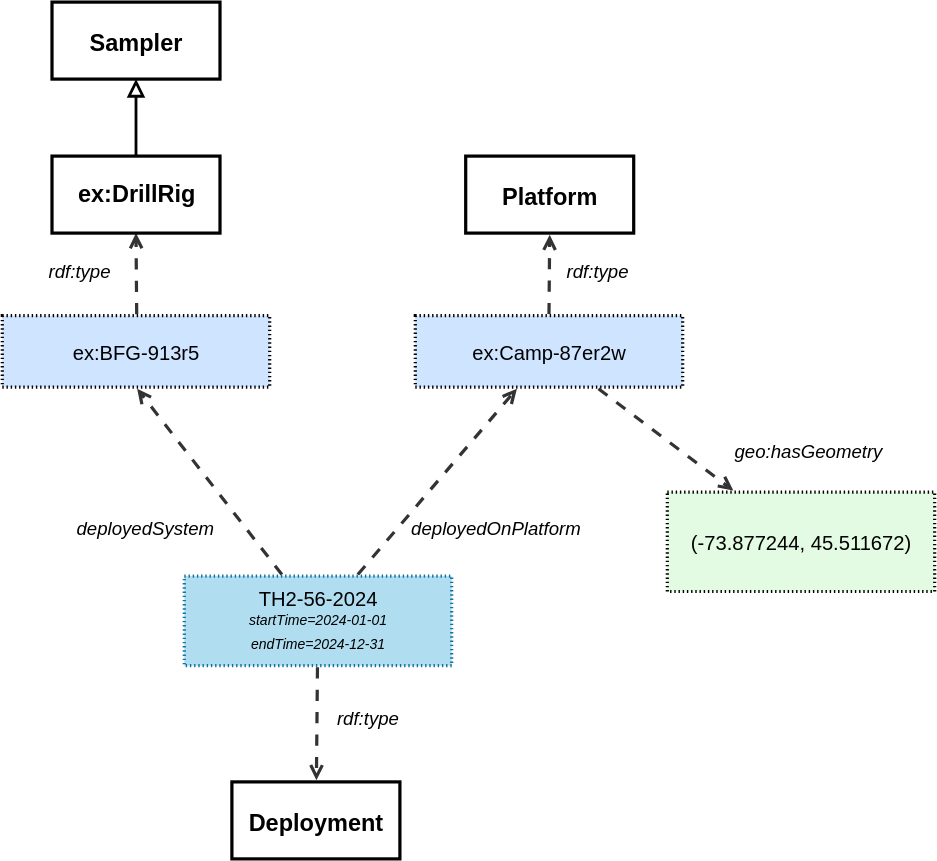
Above: ssn/images/LocatedSamplerDeployment.svg in w3c/sdw-sosa-ssn (draw.io), before the change. Source tidied: cells renumbered, new cells last; positions are measured from the earlier drawing's top-left corner, leaving out a move shared by most shapes. Source of this version:
```xml
<mxGraphModel>
  <root>
    <mxCell id="0" />
    <mxCell id="1" parent="0" />
    <mxCell id="2" style="html=1;jettySize=18;whiteSpace=wrap;fontSize=13;strokeColor=#333333;strokeOpacity=100;dashed=1;fixDash=1;dashPattern=8 8;strokeWidth=2.3;rounded=0;startArrow=none;endArrow=open;exitX=0.365;exitY=-0.018;exitPerimeter=0;entryX=0.609;entryY=1.022;entryPerimeter=0;lucidId=sctLujutS-8.;fontColor=default;convertToSvg=1;fontFamily=Helvetica;" parent="1" edge="1" source="5">
      <mxGeometry relative="1" as="geometry">
        <mxPoint x="96.3" y="276.1" as="targetPoint" />
      </mxGeometry>
    </mxCell>
    <mxCell id="3" style="html=1;jettySize=18;whiteSpace=wrap;fontSize=13;strokeColor=#333333;strokeOpacity=100;dashed=1;fixDash=1;dashPattern=8 8;strokeWidth=2.3;rounded=0;startArrow=none;endArrow=open;exitX=0.649;exitY=-0.018;exitPerimeter=0;entryX=0.38;entryY=1.022;entryPerimeter=0;lucidId=sctLJVu9iMUp;fontColor=default;convertToSvg=1;fontFamily=Helvetica;" parent="1" edge="1" source="5" target="4">
      <mxGeometry relative="1" as="geometry" />
    </mxCell>
    <mxCell id="4" value="&lt;span style=&quot;&quot;&gt;ex:Camp-87er2w&lt;/span&gt;" style="html=1;overflow=block;blockSpacing=1;whiteSpace=wrap;fontSize=14.4;fontFamily=Helvetica;fontColor=default;align=center;spacing=0;strokeOpacity=100;fillOpacity=100;fillColor=#cfe4ff;dashed=1;fixDash=1;dashPattern=1 2;strokeWidth=2.3;convertToSvg=1;" parent="1" vertex="1">
      <mxGeometry x="295" y="224" width="191" height="51" as="geometry" />
    </mxCell>
    <mxCell id="5" value="&lt;div style=&quot;display: flex; justify-content: center; text-align: center; align-items: baseline; font-size: 0; line-height: 1.25;margin-top: -2px;&quot;&gt;&lt;span&gt;&lt;span style=&quot;font-size: 14.4px;&quot;&gt;&lt;font&gt;TH2-56-2024&lt;br&gt;&lt;/font&gt;&lt;/span&gt;&lt;/span&gt;&lt;/div&gt;&lt;div style=&quot;display: flex; justify-content: center; text-align: center; align-items: baseline; font-size: 0; line-height: 1.25;margin-top: -2px;&quot;&gt;&lt;span&gt;&lt;span style=&quot;font-size: 13px;&quot;&gt;&lt;span style=&quot;font-size: 10px; font-style: italic;&quot;&gt;&lt;font&gt;startTime=2024-01-01&lt;br&gt;endTime=2024-12-31&lt;/font&gt;&lt;/span&gt;&lt;/span&gt;&lt;/span&gt;&lt;/div&gt;" style="align=center;whiteSpace=wrap;overflow=block;blockSpacing=1;html=1;fontFamily=Helvetica;fontSize=13;spacing=0;strokeOpacity=100;fillOpacity=100;fillColor=#b1ddf0;dashed=1;fixDash=1;dashPattern=1 2;strokeWidth=2.3;strokeColor=#10739e;fontColor=default;convertToSvg=1;" parent="1" vertex="1">
      <mxGeometry x="130" y="410" width="191" height="64" as="geometry" />
    </mxCell>
    <mxCell id="6" value="Platform" style="html=1;overflow=block;blockSpacing=1;whiteSpace=wrap;fontSize=16.8;fontColor=default;fontStyle=1;align=center;spacing=0;strokeOpacity=100;fillOpacity=0;fillColor=#000000;strokeWidth=2.3;convertToSvg=1;fontFamily=Helvetica;" parent="1" vertex="1">
      <mxGeometry x="331" y="110" width="120" height="55" as="geometry" />
    </mxCell>
    <mxCell id="7" value="Deployment" style="html=1;overflow=block;blockSpacing=1;whiteSpace=wrap;fontSize=16.8;fontColor=default;fontStyle=1;align=center;spacing=0;strokeOpacity=100;fillOpacity=0;fillColor=#000000;strokeWidth=2.3;convertToSvg=1;fontFamily=Helvetica;" parent="1" vertex="1">
      <mxGeometry x="164" y="557" width="120" height="55" as="geometry" />
    </mxCell>
    <mxCell id="8" value="deployedSystem" style="html=1;overflow=block;blockSpacing=1;whiteSpace=wrap;fontSize=13.3;fontStyle=2;align=left;spacing=3.8;verticalAlign=top;strokeColor=none;fillOpacity=0;fillColor=#ffffff;dashed=1;fixDash=1;dashPattern=16 6;strokeWidth=0;lucidId=kStLkB8U_8pj;fontColor=default;convertToSvg=1;fontFamily=Helvetica;" parent="1" vertex="1">
      <mxGeometry x="50" y="365" width="186" height="24" as="geometry" />
    </mxCell>
    <mxCell id="9" value="deployedOnPlatform" style="html=1;overflow=block;blockSpacing=1;whiteSpace=wrap;fontSize=13.3;fontStyle=2;align=left;spacing=3.8;verticalAlign=top;strokeColor=none;fillOpacity=0;fillColor=#ffffff;dashed=1;fixDash=1;dashPattern=16 6;strokeWidth=0;lucidId=YStLV_qkxyaw;fontColor=default;convertToSvg=1;fontFamily=Helvetica;" parent="1" vertex="1">
      <mxGeometry x="289" y="365" width="186" height="24" as="geometry" />
    </mxCell>
    <mxCell id="10" style="html=1;jettySize=18;whiteSpace=wrap;fontSize=13;strokeColor=#333333;strokeOpacity=100;dashed=1;fixDash=1;dashPattern=8 8;strokeWidth=2.3;rounded=0;startArrow=none;endArrow=open;exitX=0.498;exitY=1.018;exitPerimeter=0;entryX=0.503;entryY=-0.021;entryPerimeter=0;lucidId=oTtLk.k-bgJs;fontColor=default;convertToSvg=1;fontFamily=Helvetica;" parent="1" edge="1" source="5" target="7">
      <mxGeometry relative="1" as="geometry" />
    </mxCell>
    <mxCell id="11" value="rdf:type" style="html=1;overflow=block;blockSpacing=1;whiteSpace=wrap;fontSize=13.3;fontStyle=2;align=left;spacing=3.8;verticalAlign=top;strokeColor=none;fillOpacity=0;fillColor=#ffffff;dashed=1;fixDash=1;dashPattern=16 6;strokeWidth=0;lucidId=PTtLEa9msLEy;fontColor=default;convertToSvg=1;fontFamily=Helvetica;" parent="1" vertex="1">
      <mxGeometry x="400" y="182" width="70" height="28" as="geometry" />
    </mxCell>
    <mxCell id="12" style="html=1;jettySize=18;whiteSpace=wrap;fontSize=13;strokeColor=#333333;strokeOpacity=100;dashed=1;fixDash=1;dashPattern=8 8;strokeWidth=2.3;rounded=0;startArrow=none;endArrow=open;exitX=0.5;exitY=-0.022;exitPerimeter=0;entryX=0.5;entryY=1.021;entryPerimeter=0;lucidId=-TtLfdlv07Q4;fontColor=default;convertToSvg=1;fontFamily=Helvetica;" parent="1" edge="1" source="4" target="6">
      <mxGeometry relative="1" as="geometry" />
    </mxCell>
    <mxCell id="13" value="rdf:type" style="html=1;overflow=block;blockSpacing=1;whiteSpace=wrap;fontSize=13.3;fontStyle=2;align=left;spacing=3.8;verticalAlign=top;strokeColor=none;fillOpacity=0;fillColor=#ffffff;dashed=1;fixDash=1;dashPattern=16 6;strokeWidth=0;lucidId=IUtLrM7hSAFz;fontColor=default;convertToSvg=1;fontFamily=Helvetica;" parent="1" vertex="1">
      <mxGeometry x="236" y="501" width="70" height="28" as="geometry" />
    </mxCell>
    <mxCell id="14" value="&lt;font&gt;(-73.877244, 45.511672)&lt;/font&gt;" style="points=[[0.247,-0.016,0]];html=1;overflow=block;blockSpacing=1;whiteSpace=wrap;fontSize=14.4;fontFamily=Helvetica;fontColor=default;align=center;spacing=0;strokeOpacity=100;fillOpacity=100;fillColor=#e3fae3;dashed=1;fixDash=1;dashPattern=1 2;strokeWidth=2.3;convertToSvg=1;" parent="1" vertex="1">
      <mxGeometry x="475" y="350" width="191" height="71" as="geometry" />
    </mxCell>
    <mxCell id="15" style="html=1;jettySize=18;whiteSpace=wrap;fontSize=13;strokeColor=#333333;strokeOpacity=100;dashed=1;fixDash=1;dashPattern=8 8;strokeWidth=2.3;rounded=0;startArrow=none;endArrow=open;exitX=0.685;exitY=1.022;exitPerimeter=0;entryX=0.247;entryY=-0.016;entryPerimeter=0;lucidId=ZYtLhyIyaS8z;fontColor=default;convertToSvg=1;fontFamily=Helvetica;" parent="1" edge="1" source="4" target="14">
      <mxGeometry relative="1" as="geometry" />
    </mxCell>
    <mxCell id="16" value="geo:hasGeometry" style="html=1;overflow=block;blockSpacing=1;whiteSpace=wrap;fontSize=13.3;fontStyle=2;align=left;spacing=3.8;verticalAlign=top;strokeColor=none;fillOpacity=0;fillColor=#ffffff;dashed=1;fixDash=1;dashPattern=16 6;strokeWidth=0;lucidId=.YtLANzjclbX;fontColor=default;convertToSvg=1;fontFamily=Helvetica;" parent="1" vertex="1">
      <mxGeometry x="520" y="310" width="101" height="24" as="geometry" />
    </mxCell>
    <mxCell id="17" value="&lt;font&gt;ex:BFG-913r5&lt;/font&gt;" style="html=1;overflow=block;blockSpacing=1;whiteSpace=wrap;fontSize=14.4;fontFamily=Helvetica;fontColor=default;align=center;spacing=0;strokeOpacity=100;fillOpacity=100;fillColor=#cfe4ff;dashed=1;fixDash=1;dashPattern=1 2;strokeWidth=2.3;convertToSvg=1;" parent="1" vertex="1">
      <mxGeometry y="224" width="191" height="51" as="geometry" />
    </mxCell>
    <mxCell id="18" value="Sampler" style="html=1;overflow=block;blockSpacing=1;whiteSpace=wrap;fontSize=16.8;fontColor=default;fontStyle=1;align=center;spacing=0;strokeOpacity=100;fillOpacity=0;fillColor=#000000;strokeWidth=2.3;convertToSvg=1;fontFamily=Helvetica;" parent="1" vertex="1">
      <mxGeometry x="35.5" width="120" height="55" as="geometry" />
    </mxCell>
    <mxCell id="19" value="rdf:type" style="html=1;overflow=block;blockSpacing=1;whiteSpace=wrap;fontSize=13.3;fontStyle=2;align=left;spacing=3.8;verticalAlign=top;strokeColor=none;fillOpacity=0;fillColor=#ffffff;dashed=1;fixDash=1;dashPattern=16 6;strokeWidth=0;lucidId=0ZtLoD1I2n68;fontColor=default;convertToSvg=1;fontFamily=Helvetica;" parent="1" vertex="1">
      <mxGeometry x="30" y="182" width="70" height="28" as="geometry" />
    </mxCell>
    <mxCell id="20" style="html=1;jettySize=18;whiteSpace=wrap;fontSize=13;strokeColor=#333333;strokeOpacity=100;dashed=1;fixDash=1;dashPattern=8 8;strokeWidth=2.3;rounded=0;startArrow=none;endArrow=open;entryX=0.5;entryY=1;lucidId=0ZtLjH5MFli1;entryDx=0;entryDy=0;fontColor=default;convertToSvg=1;fontFamily=Helvetica;" parent="1" edge="1" target="22">
      <mxGeometry relative="1" as="geometry">
        <mxPoint x="96" y="223" as="sourcePoint" />
      </mxGeometry>
    </mxCell>
    <mxCell id="21" style="edgeStyle=orthogonalEdgeStyle;rounded=0;jettySize=auto;html=1;exitX=0.5;exitY=0;exitDx=0;exitDy=0;endArrow=block;endFill=0;strokeWidth=2;endSize=8;fontColor=default;convertToSvg=1;fontFamily=Helvetica;" parent="1" edge="1" source="22" target="18">
      <mxGeometry relative="1" as="geometry" />
    </mxCell>
    <mxCell id="22" value="ex:&lt;span style=&quot;background-color: transparent;&quot;&gt;DrillRig&lt;/span&gt;" style="html=1;overflow=block;blockSpacing=1;whiteSpace=wrap;fontSize=16.8;fontColor=default;fontStyle=1;align=center;spacing=0;strokeOpacity=100;fillOpacity=0;fillColor=#000000;strokeWidth=2.3;convertToSvg=1;fontFamily=Helvetica;" parent="1" vertex="1">
      <mxGeometry x="35.5" y="110" width="120" height="55" as="geometry" />
    </mxCell>
  </root>
</mxGraphModel>
```
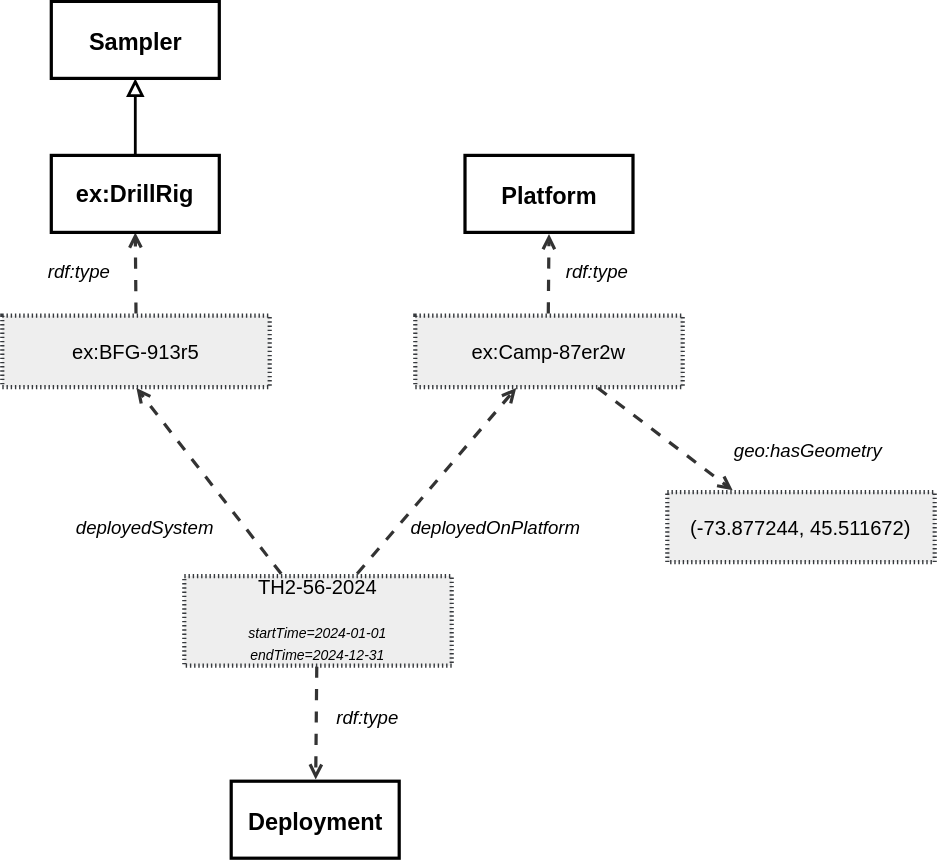
Above is the later version.

Change to the diagram source:
```diff
@@ -10,10 +10,10 @@
     <mxCell id="3" style="html=1;jettySize=18;whiteSpace=wrap;fontSize=13;strokeColor=#333333;strokeOpacity=100;dashed=1;fixDash=1;dashPattern=8 8;strokeWidth=2.3;rounded=0;startArrow=none;endArrow=open;exitX=0.649;exitY=-0.018;exitPerimeter=0;entryX=0.38;entryY=1.022;entryPerimeter=0;lucidId=sctLJVu9iMUp;fontColor=default;convertToSvg=1;fontFamily=Helvetica;" parent="1" edge="1" source="5" target="4">
       <mxGeometry relative="1" as="geometry" />
     </mxCell>
-    <mxCell id="4" value="&lt;span style=&quot;&quot;&gt;ex:Camp-87er2w&lt;/span&gt;" style="html=1;overflow=block;blockSpacing=1;whiteSpace=wrap;fontSize=14.4;fontFamily=Helvetica;fontColor=default;align=center;spacing=0;strokeOpacity=100;fillOpacity=100;fillColor=#cfe4ff;dashed=1;fixDash=1;dashPattern=1 2;strokeWidth=2.3;convertToSvg=1;" parent="1" vertex="1">
+    <mxCell id="4" value="&lt;span style=&quot;&quot;&gt;ex:Camp-87er2w&lt;/span&gt;" style="html=1;overflow=block;blockSpacing=1;whiteSpace=wrap;fontSize=14.4;fontFamily=Helvetica;align=center;spacing=0;strokeOpacity=100;fillOpacity=100;fillColor=#eeeeee;dashed=1;fixDash=1;dashPattern=1 2;strokeWidth=3;convertToSvg=1;strokeColor=#36393d;" parent="1" vertex="1">
       <mxGeometry x="295" y="224" width="191" height="51" as="geometry" />
     </mxCell>
-    <mxCell id="5" value="&lt;div style=&quot;display: flex; justify-content: center; text-align: center; align-items: baseline; font-size: 0; line-height: 1.25;margin-top: -2px;&quot;&gt;&lt;span&gt;&lt;span style=&quot;font-size: 14.4px;&quot;&gt;&lt;font&gt;TH2-56-2024&lt;br&gt;&lt;/font&gt;&lt;/span&gt;&lt;/span&gt;&lt;/div&gt;&lt;div style=&quot;display: flex; justify-content: center; text-align: center; align-items: baseline; font-size: 0; line-height: 1.25;margin-top: -2px;&quot;&gt;&lt;span&gt;&lt;span style=&quot;font-size: 13px;&quot;&gt;&lt;span style=&quot;font-size: 10px; font-style: italic;&quot;&gt;&lt;font&gt;startTime=2024-01-01&lt;br&gt;endTime=2024-12-31&lt;/font&gt;&lt;/span&gt;&lt;/span&gt;&lt;/span&gt;&lt;/div&gt;" style="align=center;whiteSpace=wrap;overflow=block;blockSpacing=1;html=1;fontFamily=Helvetica;fontSize=13;spacing=0;strokeOpacity=100;fillOpacity=100;fillColor=#b1ddf0;dashed=1;fixDash=1;dashPattern=1 2;strokeWidth=2.3;strokeColor=#10739e;fontColor=default;convertToSvg=1;" parent="1" vertex="1">
+    <mxCell id="5" value="&lt;div style=&quot;display: flex; justify-content: center; text-align: center; align-items: baseline; font-size: 0; line-height: 1.25;margin-top: -2px;&quot;&gt;&lt;span&gt;&lt;span style=&quot;font-size: 14.4px;&quot;&gt;&lt;font&gt;TH2-56-2024&lt;br&gt;&lt;/font&gt;&lt;/span&gt;&lt;/span&gt;&lt;/div&gt;&lt;div style=&quot;display: flex; justify-content: center; text-align: center; align-items: baseline; font-size: 0; line-height: 1.25;margin-top: -2px;&quot;&gt;&lt;span&gt;&lt;span style=&quot;font-size: 13px;&quot;&gt;&lt;span style=&quot;font-size: 10px; font-style: italic;&quot;&gt;&lt;font&gt;startTime=2024-01-01&lt;br&gt;endTime=2024-12-31&lt;/font&gt;&lt;/span&gt;&lt;/span&gt;&lt;/span&gt;&lt;/div&gt;" style="align=center;whiteSpace=wrap;overflow=block;blockSpacing=1;html=1;fontFamily=Helvetica;fontSize=13;spacing=0;strokeOpacity=100;fillOpacity=100;fillColor=#eeeeee;dashed=1;fixDash=1;dashPattern=1 2;strokeWidth=3;strokeColor=#36393d;convertToSvg=1;" parent="1" vertex="1">
       <mxGeometry x="130" y="410" width="191" height="64" as="geometry" />
     </mxCell>
     <mxCell id="6" value="Platform" style="html=1;overflow=block;blockSpacing=1;whiteSpace=wrap;fontSize=16.8;fontColor=default;fontStyle=1;align=center;spacing=0;strokeOpacity=100;fillOpacity=0;fillColor=#000000;strokeWidth=2.3;convertToSvg=1;fontFamily=Helvetica;" parent="1" vertex="1">
@@ -40,8 +40,8 @@
     <mxCell id="13" value="rdf:type" style="html=1;overflow=block;blockSpacing=1;whiteSpace=wrap;fontSize=13.3;fontStyle=2;align=left;spacing=3.8;verticalAlign=top;strokeColor=none;fillOpacity=0;fillColor=#ffffff;dashed=1;fixDash=1;dashPattern=16 6;strokeWidth=0;lucidId=IUtLrM7hSAFz;fontColor=default;convertToSvg=1;fontFamily=Helvetica;" parent="1" vertex="1">
       <mxGeometry x="236" y="501" width="70" height="28" as="geometry" />
     </mxCell>
-    <mxCell id="14" value="&lt;font&gt;(-73.877244, 45.511672)&lt;/font&gt;" style="points=[[0.247,-0.016,0]];html=1;overflow=block;blockSpacing=1;whiteSpace=wrap;fontSize=14.4;fontFamily=Helvetica;fontColor=default;align=center;spacing=0;strokeOpacity=100;fillOpacity=100;fillColor=#e3fae3;dashed=1;fixDash=1;dashPattern=1 2;strokeWidth=2.3;convertToSvg=1;" parent="1" vertex="1">
-      <mxGeometry x="475" y="350" width="191" height="71" as="geometry" />
+    <mxCell id="14" value="&lt;font&gt;(-73.877244, 45.511672)&lt;/font&gt;" style="points=[[0.247,-0.016,0]];html=1;overflow=block;blockSpacing=1;whiteSpace=wrap;fontSize=14.4;fontFamily=Helvetica;align=center;spacing=0;strokeOpacity=100;fillOpacity=100;fillColor=#eeeeee;dashed=1;fixDash=1;dashPattern=1 2;strokeWidth=3;convertToSvg=1;strokeColor=#36393d;" parent="1" vertex="1">
+      <mxGeometry x="475" y="350" width="191" height="50" as="geometry" />
     </mxCell>
     <mxCell id="15" style="html=1;jettySize=18;whiteSpace=wrap;fontSize=13;strokeColor=#333333;strokeOpacity=100;dashed=1;fixDash=1;dashPattern=8 8;strokeWidth=2.3;rounded=0;startArrow=none;endArrow=open;exitX=0.685;exitY=1.022;exitPerimeter=0;entryX=0.247;entryY=-0.016;entryPerimeter=0;lucidId=ZYtLhyIyaS8z;fontColor=default;convertToSvg=1;fontFamily=Helvetica;" parent="1" edge="1" source="4" target="14">
       <mxGeometry relative="1" as="geometry" />
@@ -49,7 +49,7 @@
     <mxCell id="16" value="geo:hasGeometry" style="html=1;overflow=block;blockSpacing=1;whiteSpace=wrap;fontSize=13.3;fontStyle=2;align=left;spacing=3.8;verticalAlign=top;strokeColor=none;fillOpacity=0;fillColor=#ffffff;dashed=1;fixDash=1;dashPattern=16 6;strokeWidth=0;lucidId=.YtLANzjclbX;fontColor=default;convertToSvg=1;fontFamily=Helvetica;" parent="1" vertex="1">
       <mxGeometry x="520" y="310" width="101" height="24" as="geometry" />
     </mxCell>
-    <mxCell id="17" value="&lt;font&gt;ex:BFG-913r5&lt;/font&gt;" style="html=1;overflow=block;blockSpacing=1;whiteSpace=wrap;fontSize=14.4;fontFamily=Helvetica;fontColor=default;align=center;spacing=0;strokeOpacity=100;fillOpacity=100;fillColor=#cfe4ff;dashed=1;fixDash=1;dashPattern=1 2;strokeWidth=2.3;convertToSvg=1;" parent="1" vertex="1">
+    <mxCell id="17" value="&lt;font&gt;ex:BFG-913r5&lt;/font&gt;" style="html=1;overflow=block;blockSpacing=1;whiteSpace=wrap;fontSize=14.4;fontFamily=Helvetica;align=center;spacing=0;strokeOpacity=100;fillOpacity=100;fillColor=#eeeeee;dashed=1;fixDash=1;dashPattern=1 2;strokeWidth=3;convertToSvg=1;strokeColor=#36393d;" parent="1" vertex="1">
       <mxGeometry y="224" width="191" height="51" as="geometry" />
     </mxCell>
     <mxCell id="18" value="Sampler" style="html=1;overflow=block;blockSpacing=1;whiteSpace=wrap;fontSize=16.8;fontColor=default;fontStyle=1;align=center;spacing=0;strokeOpacity=100;fillOpacity=0;fillColor=#000000;strokeWidth=2.3;convertToSvg=1;fontFamily=Helvetica;" parent="1" vertex="1">
```
